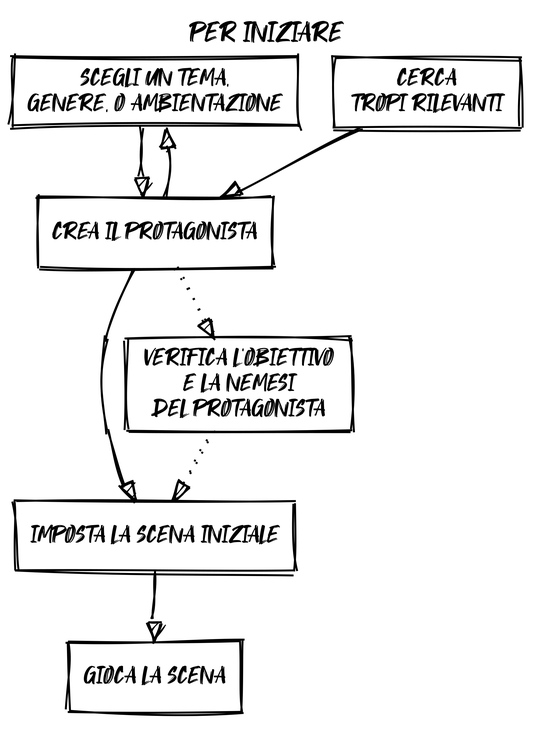
Earlier version of the Graphviz export it/diagrammi/get_started.png (zeruhur/loner). Its source is kept beside it as it/diagrammi/get_started.dot.
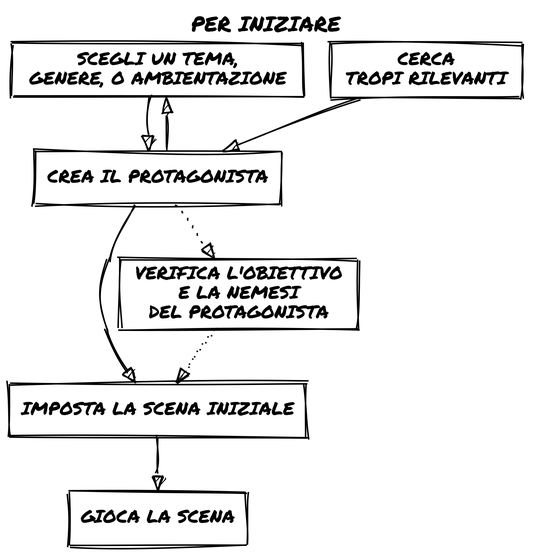
After the commit.

What changed in the source:
```diff
@@ -1,8 +1,8 @@
 digraph per_iniziare {
     label = "PER INIZIARE";
     labelloc="t";
-    fontname="Takota";
-    node [shape="rect", fontname="Takota", fontsize=12]
+    fontname="Permanent Marker";
+    node [shape="rect", fontname="Permanent Marker", fontsize=12]
     st1 [label = "SCEGLI UN TEMA, \n GENERE, O AMBIENTAZIONE"];
     st2 [label = "CERCA \n TROPI RILEVANTI"];
     id1 [label = "IMPOSTA LA SCENA INIZIALE"];
```
